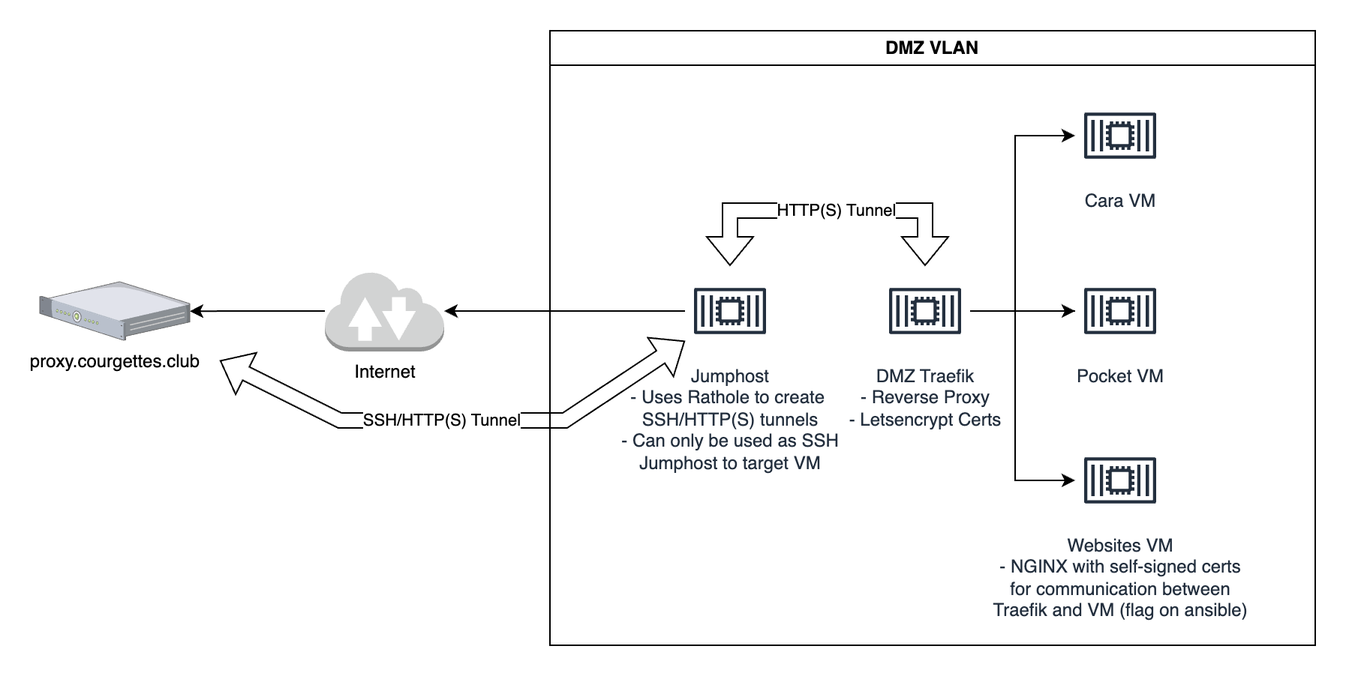
The draw.io diagram docs-images/infra-courgettes-cloud.png in ymaktepi/server-setup, before a commit. Source tidied: cells renumbered, new cells last; positions are measured from the earlier drawing's top-left corner, leaving out a move shared by most shapes. The source it was exported from:
```xml
<mxGraphModel>
  <root>
    <mxCell id="0" />
    <mxCell id="1" parent="0" />
    <mxCell id="2" value="DMZ VLAN" style="swimlane;whiteSpace=wrap;html=1;" parent="1" vertex="1">
      <mxGeometry x="340" width="510" height="410" as="geometry" />
    </mxCell>
    <mxCell id="3" value="Jumphost&lt;div&gt;- Uses Rathole to create&amp;nbsp;&lt;/div&gt;&lt;div&gt;SSH/HTTP(S) tunnels&lt;/div&gt;&lt;div&gt;- Can only be used as SSH&lt;/div&gt;&lt;div&gt;Jumphost&amp;nbsp;&lt;span style=&quot;background-color: initial;&quot;&gt;to target VM&lt;/span&gt;&lt;/div&gt;" style="sketch=0;outlineConnect=0;fontColor=#232F3E;gradientColor=none;strokeColor=#232F3E;fillColor=#ffffff;dashed=0;verticalLabelPosition=bottom;verticalAlign=top;align=center;html=1;fontSize=12;fontStyle=0;shape=mxgraph.aws4.resourceIcon;resIcon=mxgraph.aws4.container_2;" parent="2" vertex="1">
      <mxGeometry x="90" y="157" width="60" height="60" as="geometry" />
    </mxCell>
    <mxCell id="4" style="edgeStyle=orthogonalEdgeStyle;rounded=0;jettySize=auto;html=1;" parent="2" edge="1" source="6" target="13">
      <mxGeometry relative="1" as="geometry" />
    </mxCell>
    <mxCell id="5" style="edgeStyle=orthogonalEdgeStyle;rounded=0;jettySize=auto;html=1;" parent="2" edge="1" source="6" target="11">
      <mxGeometry relative="1" as="geometry">
        <Array as="points">
          <mxPoint x="310" y="187" />
          <mxPoint x="310" y="300" />
        </Array>
      </mxGeometry>
    </mxCell>
    <mxCell id="6" value="DMZ Traefik&lt;div&gt;- Reverse Proxy&lt;/div&gt;&lt;div&gt;- Letsencrypt Certs&lt;/div&gt;" style="sketch=0;outlineConnect=0;fontColor=#232F3E;gradientColor=none;strokeColor=#232F3E;fillColor=#ffffff;dashed=0;verticalLabelPosition=bottom;verticalAlign=top;align=center;html=1;fontSize=12;fontStyle=0;shape=mxgraph.aws4.resourceIcon;resIcon=mxgraph.aws4.container_2;" parent="2" vertex="1">
      <mxGeometry x="220" y="157" width="60" height="60" as="geometry" />
    </mxCell>
    <mxCell id="7" style="shape=flexArrow;endArrow=classic;startArrow=classic;html=1;rounded=0;" parent="2" edge="1" source="3" target="6">
      <mxGeometry relative="1" as="geometry">
        <Array as="points">
          <mxPoint x="120" y="120" />
          <mxPoint x="250" y="120" />
        </Array>
      </mxGeometry>
    </mxCell>
    <mxCell id="8" value="HTTP(S) Tunnel" style="edgeLabel;html=1;align=center;verticalAlign=middle;" parent="7" vertex="1">
      <mxGeometry x="-0.07" y="1" relative="1" as="geometry">
        <mxPoint x="12" as="offset" />
      </mxGeometry>
    </mxCell>
    <mxCell id="9" value="Cara VM" style="sketch=0;outlineConnect=0;fontColor=#232F3E;gradientColor=none;strokeColor=#232F3E;fillColor=#ffffff;dashed=0;verticalLabelPosition=bottom;verticalAlign=top;align=center;html=1;fontSize=12;fontStyle=0;shape=mxgraph.aws4.resourceIcon;resIcon=mxgraph.aws4.container_2;" parent="2" vertex="1">
      <mxGeometry x="350" y="40" width="60" height="60" as="geometry" />
    </mxCell>
    <mxCell id="10" style="edgeStyle=orthogonalEdgeStyle;rounded=0;jettySize=auto;html=1;" parent="2" edge="1" source="13" target="9">
      <mxGeometry relative="1" as="geometry">
        <Array as="points">
          <mxPoint x="310" y="187" />
          <mxPoint x="310" y="70" />
        </Array>
      </mxGeometry>
    </mxCell>
    <mxCell id="11" value="Websites VM&lt;div&gt;- NGINX with self-signed certs&lt;/div&gt;&lt;div&gt;for communication between&lt;/div&gt;&lt;div&gt;Traefik and VM (flag on ansible)&lt;/div&gt;" style="sketch=0;outlineConnect=0;fontColor=#232F3E;gradientColor=none;strokeColor=#232F3E;fillColor=#ffffff;dashed=0;verticalLabelPosition=bottom;verticalAlign=top;align=center;html=1;fontSize=12;fontStyle=0;shape=mxgraph.aws4.resourceIcon;resIcon=mxgraph.aws4.container_2;" parent="2" vertex="1">
      <mxGeometry x="350" y="270" width="60" height="60" as="geometry" />
    </mxCell>
    <mxCell id="12" style="edgeStyle=orthogonalEdgeStyle;rounded=0;jettySize=auto;html=1;" parent="2" edge="1" source="6" target="13">
      <mxGeometry relative="1" as="geometry" />
    </mxCell>
    <mxCell id="13" value="Pocket VM" style="sketch=0;outlineConnect=0;fontColor=#232F3E;gradientColor=none;strokeColor=#232F3E;fillColor=#ffffff;dashed=0;verticalLabelPosition=bottom;verticalAlign=top;align=center;html=1;fontSize=12;fontStyle=0;shape=mxgraph.aws4.resourceIcon;resIcon=mxgraph.aws4.container_2;" parent="2" vertex="1">
      <mxGeometry x="350" y="157" width="60" height="60" as="geometry" />
    </mxCell>
    <mxCell id="14" style="edgeStyle=orthogonalEdgeStyle;rounded=0;jettySize=auto;html=1;" parent="1" edge="1" source="15" target="16">
      <mxGeometry relative="1" as="geometry" />
    </mxCell>
    <mxCell id="15" value="Internet" style="outlineConnect=0;dashed=0;verticalLabelPosition=bottom;verticalAlign=top;align=center;html=1;shape=mxgraph.aws3.internet_2;fillColor=#D2D3D3;gradientColor=none;" parent="1" vertex="1">
      <mxGeometry x="190" y="160" width="79.5" height="54" as="geometry" />
    </mxCell>
    <mxCell id="16" value="proxy.courgettes.club" style="verticalLabelPosition=bottom;sketch=0;html=1;verticalAlign=top;strokeColor=none;align=center;outlineConnect=0;shape=mxgraph.citrix.1u_2u_server;" parent="1" vertex="1">
      <mxGeometry y="167.4" width="100" height="39.1" as="geometry" />
    </mxCell>
    <mxCell id="17" style="edgeStyle=orthogonalEdgeStyle;rounded=0;jettySize=auto;html=1;" parent="1" edge="1" source="3" target="15">
      <mxGeometry relative="1" as="geometry" />
    </mxCell>
    <mxCell id="18" style="shape=flexArrow;endArrow=classic;startArrow=classic;html=1;rounded=0;" parent="1" edge="1" target="3">
      <mxGeometry relative="1" as="geometry">
        <mxPoint x="120" y="220" as="sourcePoint" />
        <Array as="points">
          <mxPoint x="200" y="260" />
          <mxPoint x="350" y="260" />
        </Array>
      </mxGeometry>
    </mxCell>
    <mxCell id="19" value="SSH/HTTP(S) Tunnel" style="edgeLabel;html=1;align=center;verticalAlign=middle;" parent="18" vertex="1">
      <mxGeometry x="-0.07" y="1" relative="1" as="geometry" />
    </mxCell>
  </root>
</mxGraphModel>
```
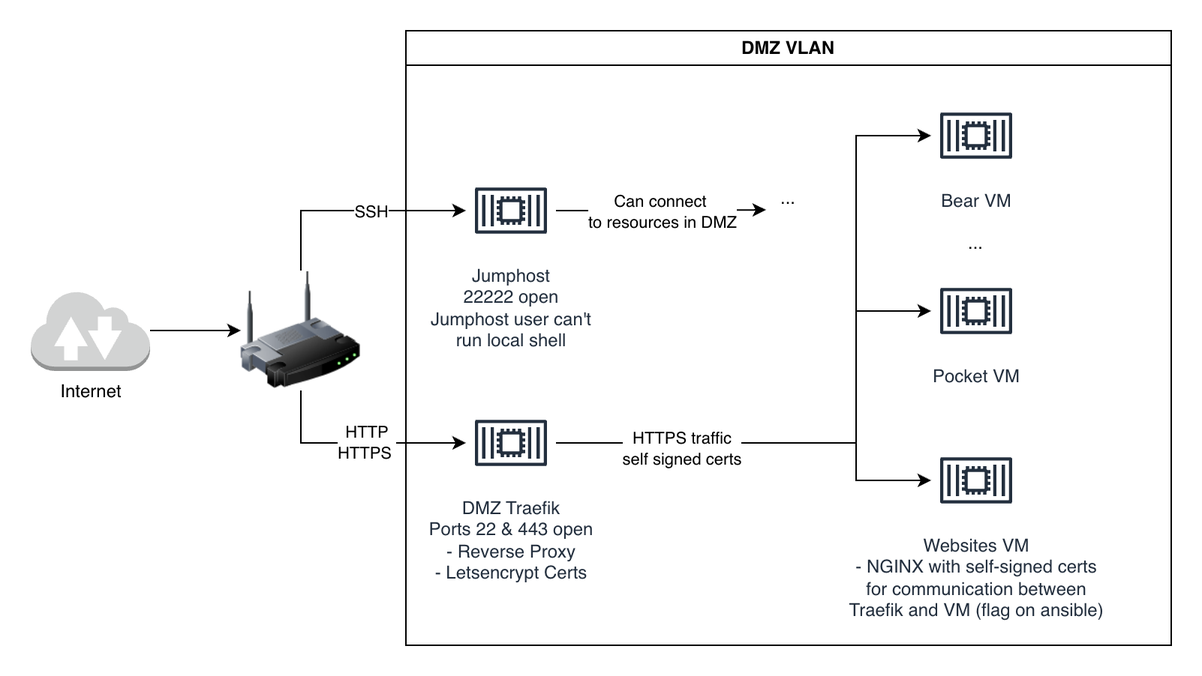
The same diagram one commit later.

The edit, as a diff of the source:
```diff
@@ -1,83 +1,94 @@
-<mxGraphModel>
+<mxGraphModel background="#ffffff">
   <root>
     <mxCell id="0" />
     <mxCell id="1" parent="0" />
     <mxCell id="2" value="DMZ VLAN" style="swimlane;whiteSpace=wrap;html=1;" parent="1" vertex="1">
       <mxGeometry x="340" width="510" height="410" as="geometry" />
     </mxCell>
+    <mxCell id="20" style="edgeStyle=orthogonalEdgeStyle;rounded=0;jettySize=auto;html=1;entryX=0;entryY=0.75;entryDx=0;entryDy=0;" parent="2" edge="1" source="3" target="25">
+      <mxGeometry relative="1" as="geometry" />
+    </mxCell>
+    <mxCell id="21" value="Can connect&amp;nbsp;&lt;div&gt;to resources in DMZ&lt;/div&gt;" style="edgeLabel;html=1;align=center;verticalAlign=middle;" parent="20" vertex="1">
+      <mxGeometry x="0.1" y="-1" relative="1" as="geometry">
+        <mxPoint x="-6" as="offset" />
+      </mxGeometry>
+    </mxCell>
-    <mxCell id="3" value="Jumphost&lt;div&gt;- Uses Rathole to create&amp;nbsp;&lt;/div&gt;&lt;div&gt;SSH/HTTP(S) tunnels&lt;/div&gt;&lt;div&gt;- Can only be used as SSH&lt;/div&gt;&lt;div&gt;Jumphost&amp;nbsp;&lt;span style=&quot;background-color: initial;&quot;&gt;to target VM&lt;/span&gt;&lt;/div&gt;" style="sketch=0;outlineConnect=0;fontColor=#232F3E;gradientColor=none;strokeColor=#232F3E;fillColor=#ffffff;dashed=0;verticalLabelPosition=bottom;verticalAlign=top;align=center;html=1;fontSize=12;fontStyle=0;shape=mxgraph.aws4.resourceIcon;resIcon=mxgraph.aws4.container_2;" parent="2" vertex="1">
-      <mxGeometry x="90" y="157" width="60" height="60" as="geometry" />
+    <mxCell id="3" value="Jumphost&lt;div&gt;22222 open&lt;/div&gt;&lt;div&gt;Jumphost user can't&lt;/div&gt;&lt;div&gt;run local shell&lt;/div&gt;" style="sketch=0;outlineConnect=0;fontColor=#232F3E;gradientColor=none;strokeColor=#232F3E;fillColor=#ffffff;dashed=0;verticalLabelPosition=bottom;verticalAlign=top;align=center;html=1;fontSize=12;fontStyle=0;shape=mxgraph.aws4.resourceIcon;resIcon=mxgraph.aws4.container_2;" parent="2" vertex="1">
+      <mxGeometry x="40" y="90" width="60" height="60" as="geometry" />
     </mxCell>
-    <mxCell id="4" style="edgeStyle=orthogonalEdgeStyle;rounded=0;jettySize=auto;html=1;" parent="2" edge="1" source="6" target="13">
-      <mxGeometry relative="1" as="geometry" />
-    </mxCell>
+    <mxCell id="22" style="edgeStyle=orthogonalEdgeStyle;rounded=0;jettySize=auto;html=1;" parent="2" edge="1" source="6" target="9">
+      <mxGeometry relative="1" as="geometry">
+        <Array as="points">
+          <mxPoint x="300" y="275" />
+          <mxPoint x="300" y="70" />
+        </Array>
+      </mxGeometry>
+    </mxCell>
     <mxCell id="5" style="edgeStyle=orthogonalEdgeStyle;rounded=0;jettySize=auto;html=1;" parent="2" edge="1" source="6" target="11">
       <mxGeometry relative="1" as="geometry">
         <Array as="points">
-          <mxPoint x="310" y="187" />
-          <mxPoint x="310" y="300" />
+          <mxPoint x="300" y="275" />
+          <mxPoint x="300" y="300" />
         </Array>
       </mxGeometry>
     </mxCell>
-    <mxCell id="6" value="DMZ Traefik&lt;div&gt;- Reverse Proxy&lt;/div&gt;&lt;div&gt;- Letsencrypt Certs&lt;/div&gt;" style="sketch=0;outlineConnect=0;fontColor=#232F3E;gradientColor=none;strokeColor=#232F3E;fillColor=#ffffff;dashed=0;verticalLabelPosition=bottom;verticalAlign=top;align=center;html=1;fontSize=12;fontStyle=0;shape=mxgraph.aws4.resourceIcon;resIcon=mxgraph.aws4.container_2;" parent="2" vertex="1">
-      <mxGeometry x="220" y="157" width="60" height="60" as="geometry" />
+    <mxCell id="6" value="DMZ Traefik&lt;div&gt;Ports 22 &amp;amp; 443 open&lt;br&gt;&lt;div&gt;- Reverse Proxy&lt;/div&gt;&lt;div&gt;- Letsencrypt Certs&lt;/div&gt;&lt;/div&gt;" style="sketch=0;outlineConnect=0;fontColor=#232F3E;gradientColor=none;strokeColor=#232F3E;fillColor=#ffffff;dashed=0;verticalLabelPosition=bottom;verticalAlign=top;align=center;html=1;fontSize=12;fontStyle=0;shape=mxgraph.aws4.resourceIcon;resIcon=mxgraph.aws4.container_2;" parent="2" vertex="1">
+      <mxGeometry x="40" y="245" width="60" height="60" as="geometry" />
     </mxCell>
-    <mxCell id="7" style="shape=flexArrow;endArrow=classic;startArrow=classic;html=1;rounded=0;" parent="2" edge="1" source="3" target="6">
-      <mxGeometry relative="1" as="geometry">
-        <Array as="points">
-          <mxPoint x="120" y="120" />
-          <mxPoint x="250" y="120" />
-        </Array>
-      </mxGeometry>
-    </mxCell>
-    <mxCell id="8" value="HTTP(S) Tunnel" style="edgeLabel;html=1;align=center;verticalAlign=middle;" parent="7" vertex="1">
-      <mxGeometry x="-0.07" y="1" relative="1" as="geometry">
-        <mxPoint x="12" as="offset" />
-      </mxGeometry>
-    </mxCell>
-    <mxCell id="9" value="Cara VM" style="sketch=0;outlineConnect=0;fontColor=#232F3E;gradientColor=none;strokeColor=#232F3E;fillColor=#ffffff;dashed=0;verticalLabelPosition=bottom;verticalAlign=top;align=center;html=1;fontSize=12;fontStyle=0;shape=mxgraph.aws4.resourceIcon;resIcon=mxgraph.aws4.container_2;" parent="2" vertex="1">
+    <mxCell id="9" value="Bear VM" style="sketch=0;outlineConnect=0;fontColor=#232F3E;gradientColor=none;strokeColor=#232F3E;fillColor=#ffffff;dashed=0;verticalLabelPosition=bottom;verticalAlign=top;align=center;html=1;fontSize=12;fontStyle=0;shape=mxgraph.aws4.resourceIcon;resIcon=mxgraph.aws4.container_2;" parent="2" vertex="1">
       <mxGeometry x="350" y="40" width="60" height="60" as="geometry" />
     </mxCell>
-    <mxCell id="10" style="edgeStyle=orthogonalEdgeStyle;rounded=0;jettySize=auto;html=1;" parent="2" edge="1" source="13" target="9">
-      <mxGeometry relative="1" as="geometry">
-        <Array as="points">
-          <mxPoint x="310" y="187" />
-          <mxPoint x="310" y="70" />
-        </Array>
-      </mxGeometry>
-    </mxCell>
     <mxCell id="11" value="Websites VM&lt;div&gt;- NGINX with self-signed certs&lt;/div&gt;&lt;div&gt;for communication between&lt;/div&gt;&lt;div&gt;Traefik and VM (flag on ansible)&lt;/div&gt;" style="sketch=0;outlineConnect=0;fontColor=#232F3E;gradientColor=none;strokeColor=#232F3E;fillColor=#ffffff;dashed=0;verticalLabelPosition=bottom;verticalAlign=top;align=center;html=1;fontSize=12;fontStyle=0;shape=mxgraph.aws4.resourceIcon;resIcon=mxgraph.aws4.container_2;" parent="2" vertex="1">
       <mxGeometry x="350" y="270" width="60" height="60" as="geometry" />
     </mxCell>
     <mxCell id="12" style="edgeStyle=orthogonalEdgeStyle;rounded=0;jettySize=auto;html=1;" parent="2" edge="1" source="6" target="13">
-      <mxGeometry relative="1" as="geometry" />
+      <mxGeometry relative="1" as="geometry">
+        <Array as="points">
+          <mxPoint x="300" y="275" />
+          <mxPoint x="300" y="187" />
+        </Array>
+      </mxGeometry>
     </mxCell>
+    <mxCell id="23" value="HTTPS traffic&lt;div&gt;self signed certs&lt;/div&gt;" style="edgeLabel;html=1;align=center;verticalAlign=middle;" parent="12" vertex="1">
+      <mxGeometry x="-0.51" y="-3" relative="1" as="geometry" />
+    </mxCell>
     <mxCell id="13" value="Pocket VM" style="sketch=0;outlineConnect=0;fontColor=#232F3E;gradientColor=none;strokeColor=#232F3E;fillColor=#ffffff;dashed=0;verticalLabelPosition=bottom;verticalAlign=top;align=center;html=1;fontSize=12;fontStyle=0;shape=mxgraph.aws4.resourceIcon;resIcon=mxgraph.aws4.container_2;" parent="2" vertex="1">
       <mxGeometry x="350" y="157" width="60" height="60" as="geometry" />
     </mxCell>
-    <mxCell id="14" style="edgeStyle=orthogonalEdgeStyle;rounded=0;jettySize=auto;html=1;" parent="1" edge="1" source="15" target="16">
-      <mxGeometry relative="1" as="geometry" />
-    </mxCell>
+    <mxCell id="24" value="..." style="text;html=1;whiteSpace=wrap;strokeColor=none;fillColor=none;align=center;verticalAlign=middle;rounded=0;" parent="2" vertex="1">
+      <mxGeometry x="365" y="127" width="30" height="30" as="geometry" />
+    </mxCell>
+    <mxCell id="25" value="..." style="text;html=1;whiteSpace=wrap;strokeColor=none;fillColor=none;align=center;verticalAlign=middle;rounded=0;" parent="2" vertex="1">
+      <mxGeometry x="240" y="97" width="30" height="30" as="geometry" />
+    </mxCell>
+    <mxCell id="26" style="edgeStyle=orthogonalEdgeStyle;rounded=0;jettySize=auto;html=1;" parent="1" edge="1" source="15" target="31">
+      <mxGeometry relative="1" as="geometry" />
+    </mxCell>
     <mxCell id="15" value="Internet" style="outlineConnect=0;dashed=0;verticalLabelPosition=bottom;verticalAlign=top;align=center;html=1;shape=mxgraph.aws3.internet_2;fillColor=#D2D3D3;gradientColor=none;" parent="1" vertex="1">
-      <mxGeometry x="190" y="160" width="79.5" height="54" as="geometry" />
+      <mxGeometry x="90" y="173" width="79.5" height="54" as="geometry" />
     </mxCell>
-    <mxCell id="16" value="proxy.courgettes.club" style="verticalLabelPosition=bottom;sketch=0;html=1;verticalAlign=top;strokeColor=none;align=center;outlineConnect=0;shape=mxgraph.citrix.1u_2u_server;" parent="1" vertex="1">
-      <mxGeometry y="167.4" width="100" height="39.1" as="geometry" />
-    </mxCell>
-    <mxCell id="17" style="edgeStyle=orthogonalEdgeStyle;rounded=0;jettySize=auto;html=1;" parent="1" edge="1" source="3" target="15">
-      <mxGeometry relative="1" as="geometry" />
-    </mxCell>
-    <mxCell id="18" style="shape=flexArrow;endArrow=classic;startArrow=classic;html=1;rounded=0;" parent="1" edge="1" target="3">
-      <mxGeometry relative="1" as="geometry">
-        <mxPoint x="120" y="220" as="sourcePoint" />
-        <Array as="points">
-          <mxPoint x="200" y="260" />
-          <mxPoint x="350" y="260" />
-        </Array>
-      </mxGeometry>
-    </mxCell>
-    <mxCell id="19" value="SSH/HTTP(S) Tunnel" style="edgeLabel;html=1;align=center;verticalAlign=middle;" parent="18" vertex="1">
-      <mxGeometry x="-0.07" y="1" relative="1" as="geometry" />
-    </mxCell>
+    <mxCell id="27" style="edgeStyle=orthogonalEdgeStyle;rounded=0;jettySize=auto;html=1;" parent="1" edge="1" source="31" target="3">
+      <mxGeometry relative="1" as="geometry">
+        <Array as="points">
+          <mxPoint x="270" y="120" />
+        </Array>
+      </mxGeometry>
+    </mxCell>
+    <mxCell id="28" value="SSH" style="edgeLabel;html=1;align=center;verticalAlign=middle;" parent="27" vertex="1">
+      <mxGeometry x="0.14" relative="1" as="geometry" />
+    </mxCell>
+    <mxCell id="29" style="edgeStyle=orthogonalEdgeStyle;rounded=0;jettySize=auto;html=1;" parent="1" edge="1" source="31" target="6">
+      <mxGeometry relative="1" as="geometry">
+        <Array as="points">
+          <mxPoint x="270" y="275" />
+        </Array>
+      </mxGeometry>
+    </mxCell>
+    <mxCell id="30" value="HTTP&lt;div&gt;HTTPS&amp;nbsp;&lt;/div&gt;" style="edgeLabel;html=1;align=center;verticalAlign=middle;" parent="29" vertex="1">
+      <mxGeometry x="0.07" y="1" relative="1" as="geometry" />
+    </mxCell>
+    <mxCell id="31" style="image;html=1;image=img/lib/clip_art/networking/Wireless_Router_128x128.png;" parent="1" vertex="1">
+      <mxGeometry x="230" y="160" width="80" height="80" as="geometry" />
+    </mxCell>
   </root>
 </mxGraphModel>
```
